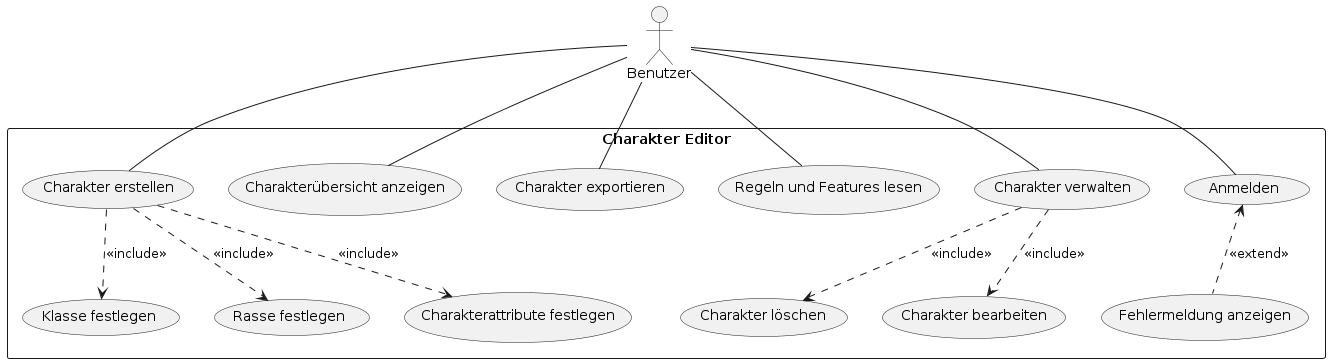
Before: images/wireframe.png, a diagram exported from PlantUML (2526-3bhif-syp/2526-3bhif-syp-project-dnd-character-creator).
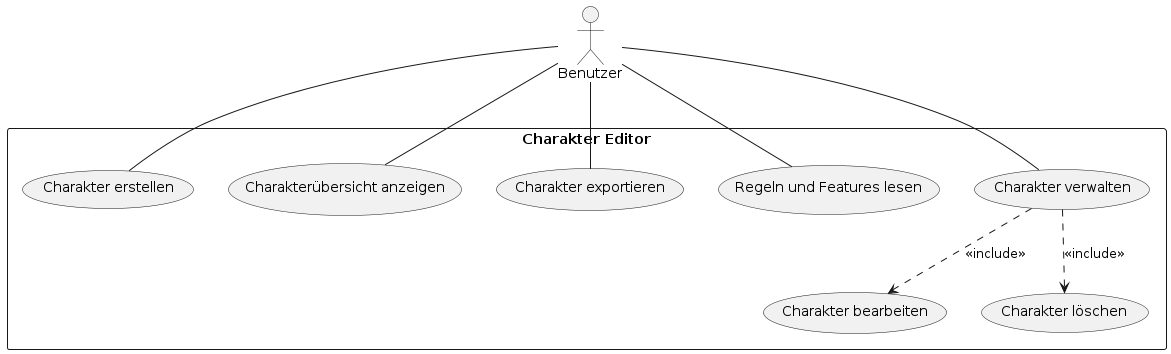
The same file after the commit.

The edit, as a diff of the source:
```diff
@@ -3,8 +3,6 @@
 
 rectangle "Charakter Editor" {
   usecase "Charakter erstellen" as createCharacter
-  usecase "Klasse festlegen" as setClass
-  usecase "Rasse festlegen" as setRace
   usecase "Charakterübersicht anzeigen" as viewCharacters
 
   usecase "Charakter bearbeiten" as editCharacter
@@ -12,9 +10,6 @@
   usecase "Charakter exportieren" as exportCharacter
   usecase "Regeln und Features lesen" as viewRules
   usecase "Charakter verwalten" as manageCharacter
-  usecase "Charakterattribute festlegen" as setAttributes
-  usecase "Anmelden" as login
-  usecase "Fehlermeldung anzeigen" as loginError
 }
 
 Benutzer -- createCharacter
@@ -22,13 +17,8 @@
 Benutzer -- exportCharacter
 Benutzer -- viewRules
 Benutzer -- manageCharacter
-Benutzer -- login
 
-createCharacter ..> setClass : <<include>>
-createCharacter ..> setRace : <<include>>
-createCharacter ..> setAttributes : <<include>>
 manageCharacter ..> editCharacter : <<include>>
 manageCharacter ..> deleteCharacter : <<include>>
 
-login <.. loginError : <<extend>>
 @enduml
```
